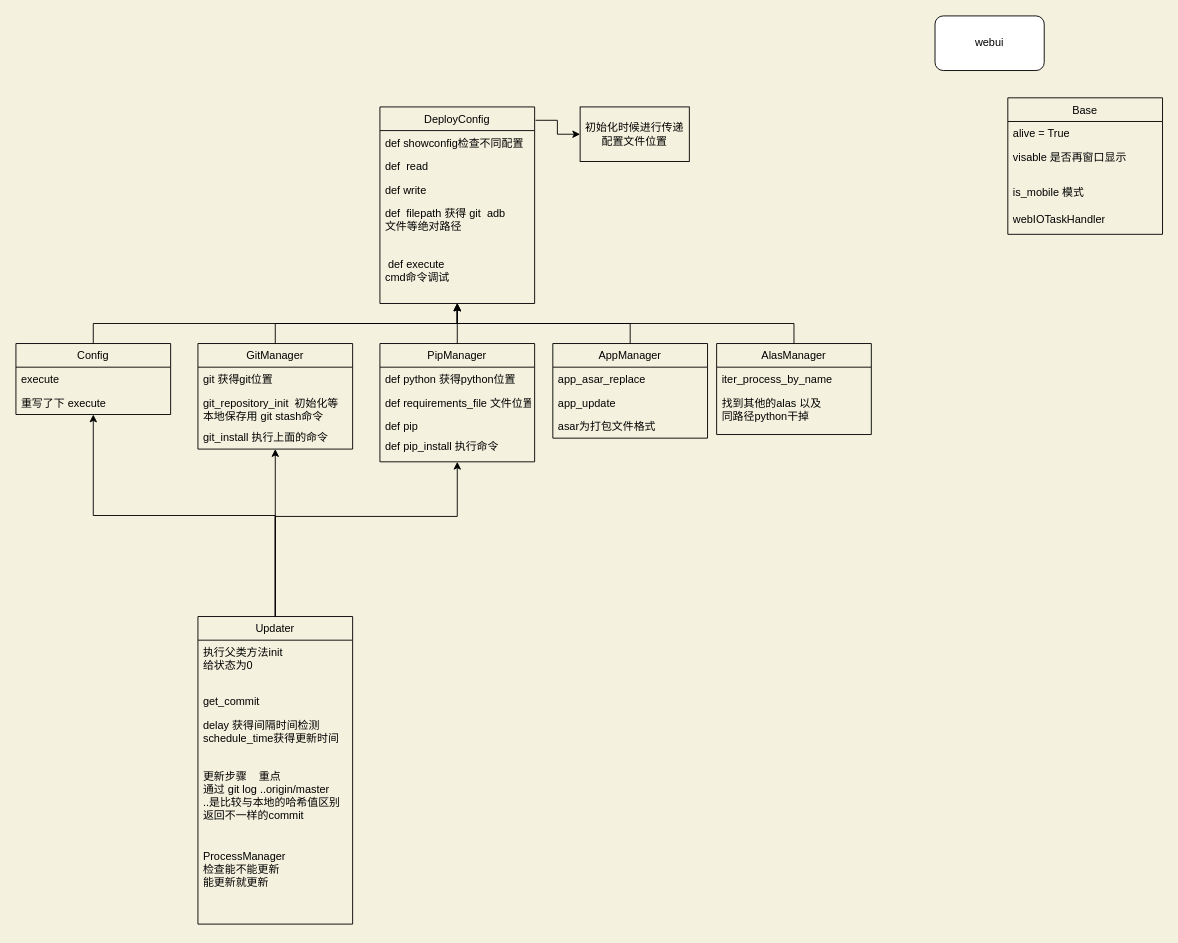
Earlier version of the draw.io diagram alas分解/我看到的流程图.drawio (z291384521/Python-notebook). Source tidied: cells renumbered, new cells numbered last; positions are measured from the earlier drawing's top-left corner, leaving out a move shared by most shapes. Both pictures are drawn from the tidied source at 91%, with x=0, y=0 at pixel (15, 15).
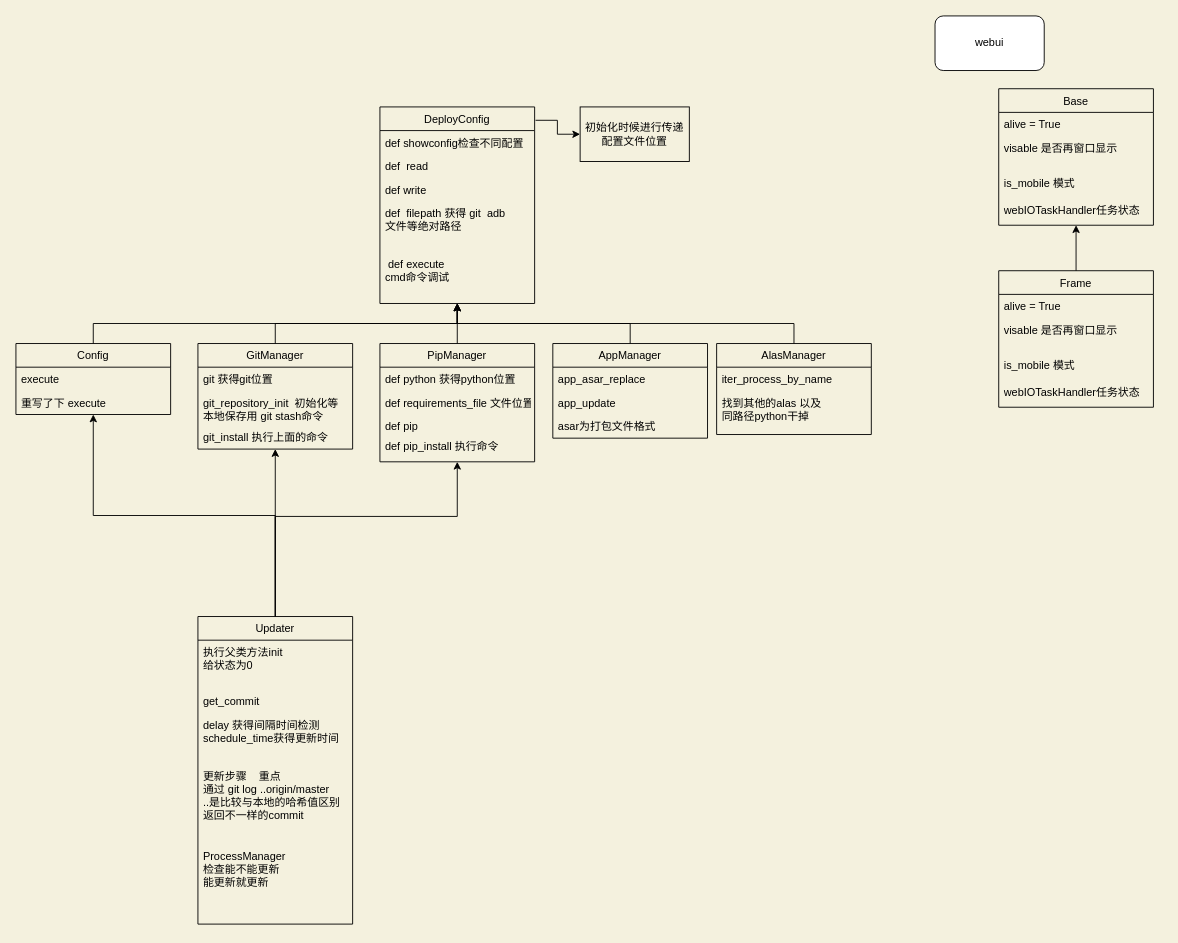
Above is the later version.

Commit message:
Update 我看到的流程图.drawio

Diff of the diagram source:
```diff
@@
     <mxCell id="43" value="Base" style="swimlane;fontStyle=0;horizontal=1;startSize=26;fillColor=none;" parent="1" vertex="1">
-      <mxGeometry x="1090" y="90" width="170" height="150" as="geometry" />
+      <mxGeometry x="1080" y="80" width="170" height="150" as="geometry" />
     </mxCell>
@@
-    <mxCell id="47" value="webIOTaskHandler" style="text;strokeColor=none;fillColor=none;align=left;verticalAlign=top;spacingLeft=4;spacingRight=4;overflow=hidden;whiteSpace=wrap;" parent="43" vertex="1">
+    <mxCell id="47" value="webIOTaskHandler任务状态" style="text;strokeColor=none;fillColor=none;align=left;verticalAlign=top;spacingLeft=4;spacingRight=4;overflow=hidden;whiteSpace=wrap;" parent="43" vertex="1">
       <mxGeometry y="120" width="170" height="30" as="geometry" />
     </mxCell>
@@
+    <mxCell id="50" style="edgeStyle=orthogonalEdgeStyle;rounded=0;jettySize=auto;html=1;" parent="1" edge="1" source="51" target="43">
+      <mxGeometry relative="1" as="geometry" />
+    </mxCell>
+    <mxCell id="51" value="Frame" style="swimlane;fontStyle=0;horizontal=1;startSize=26;fillColor=none;" parent="1" vertex="1">
+      <mxGeometry x="1080" y="280" width="170" height="150" as="geometry" />
+    </mxCell>
+    <mxCell id="52" value="alive = True" style="text;strokeColor=none;fillColor=none;align=left;verticalAlign=top;spacingLeft=4;spacingRight=4;overflow=hidden;" parent="51" vertex="1">
+      <mxGeometry y="26" width="170" height="26" as="geometry" />
+    </mxCell>
+    <mxCell id="53" value="visable 是否再窗口显示&#10;" style="text;strokeColor=none;fillColor=none;align=left;verticalAlign=top;spacingLeft=4;spacingRight=4;overflow=hidden;whiteSpace=wrap;" parent="51" vertex="1">
+      <mxGeometry y="52" width="170" height="38" as="geometry" />
+    </mxCell>
+    <mxCell id="54" value="is_mobile 模式" style="text;strokeColor=none;fillColor=none;align=left;verticalAlign=top;spacingLeft=4;spacingRight=4;overflow=hidden;whiteSpace=wrap;" parent="51" vertex="1">
+      <mxGeometry y="90" width="170" height="30" as="geometry" />
+    </mxCell>
+    <mxCell id="55" value="webIOTaskHandler任务状态" style="text;strokeColor=none;fillColor=none;align=left;verticalAlign=top;spacingLeft=4;spacingRight=4;overflow=hidden;whiteSpace=wrap;" parent="51" vertex="1">
+      <mxGeometry y="120" width="170" height="30" as="geometry" />
+    </mxCell>
```
